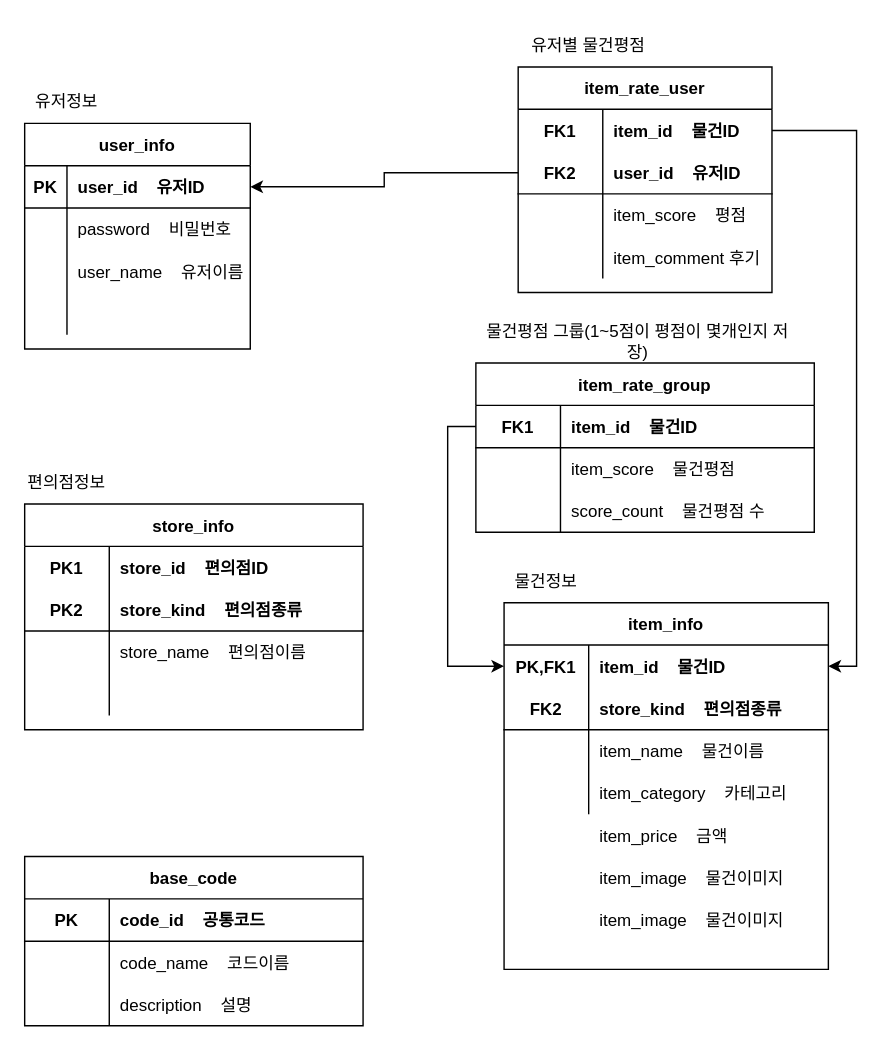
Earlier version of the draw.io diagram project_document/diagram/guru.drawio (CVS-GURU/CVS-GURU-BACK). Source tidied: cells renumbered, new cells numbered last; positions are measured from the earlier drawing's top-left corner, leaving out a move shared by most shapes. Both pictures are drawn from the tidied source at 141%, with x=0, y=0 at pixel (24, 24).
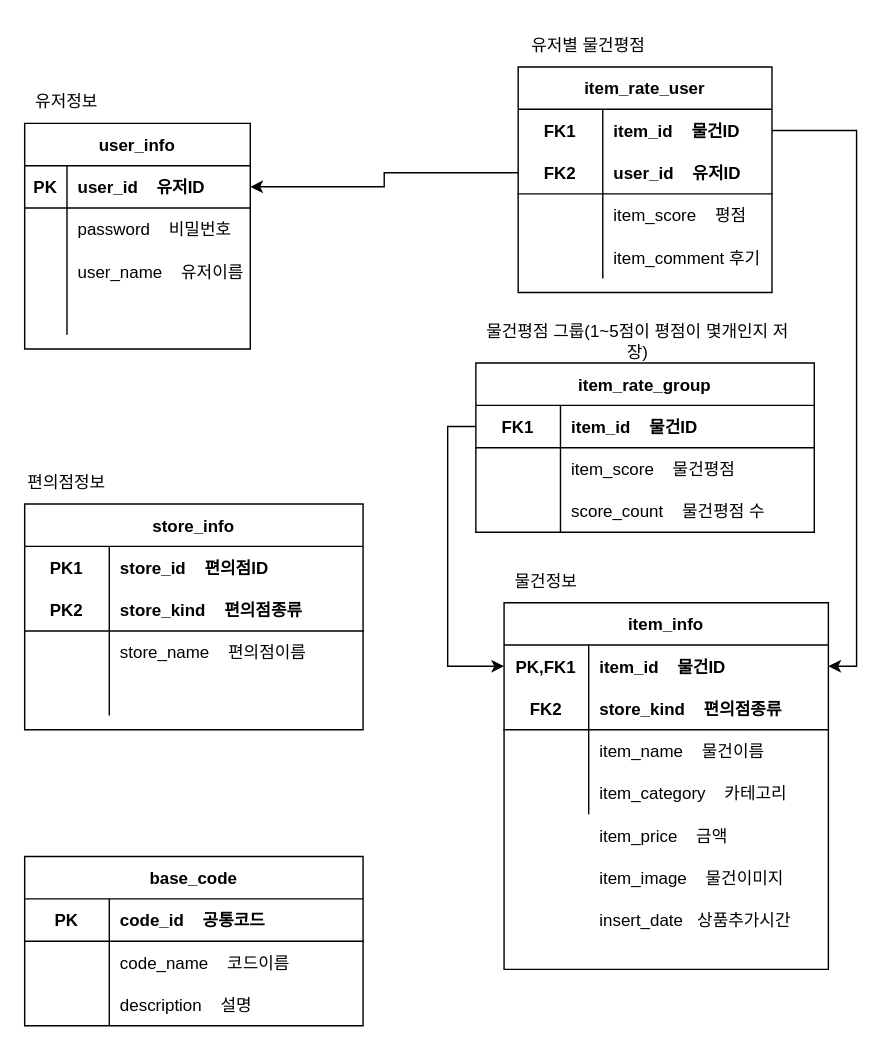
Above is the later version.

Commit message (it also covers changes not shown here):
🔥 [FEAT] : 최근 등록상품 조회 API 추가(20개) 📝 [DOCS] : draw.io수정

The edit, as a diff of the source:
```diff
@@
-    <mxCell id="86" value="item_image    물건이미지" style="shape=partialRectangle;fillColor=none;top=0;left=0;bottom=0;right=0;align=left;spacingLeft=6;overflow=hidden;" parent="1" vertex="1">
+    <mxCell id="86" value="insert_date   상품추가시간" style="shape=partialRectangle;fillColor=none;top=0;left=0;bottom=0;right=0;align=left;spacingLeft=6;overflow=hidden;" parent="1" vertex="1">
       <mxGeometry x="400" y="620" width="150" height="30" as="geometry" />
     </mxCell>
```
